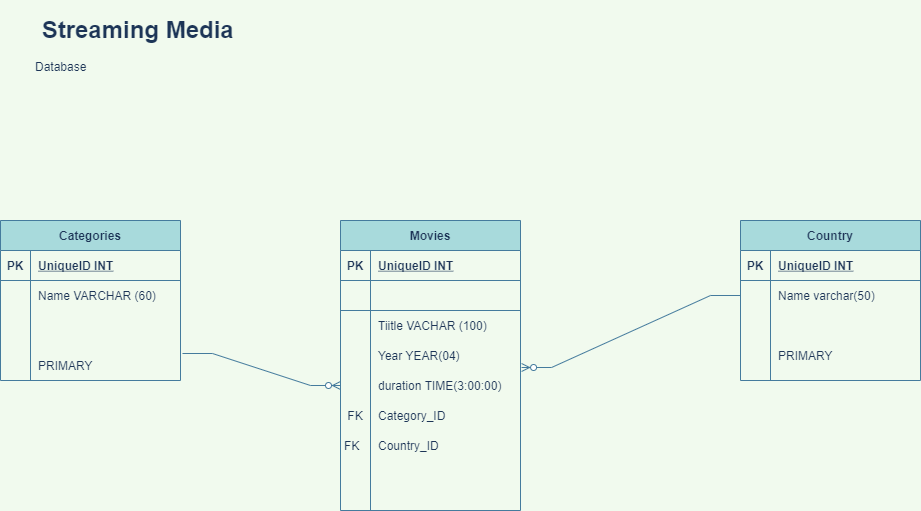
Before: Untitled Diagram.drawio (1).png, a diagram exported from draw.io (jonasnapoles/javaFinalProject). Source tidied: cells renumbered, new cells last; positions are measured from the earlier drawing's top-left corner, leaving out a move shared by most shapes. Source of this version:
```xml
<mxGraphModel background="#F1FAEE">
  <root>
    <mxCell id="0" />
    <mxCell id="1" parent="0" />
    <mxCell id="2" value="Categories" style="shape=table;startSize=30;rowLines=0;fontStyle=1;align=center;fillColor=#A8DADC;strokeColor=#457B9D;fontColor=#1D3557;" parent="1" vertex="1">
      <mxGeometry y="210" width="180" height="160" as="geometry" />
    </mxCell>
    <mxCell id="3" style="shape=partialRectangle;fillColor=none;top=0;left=0;bottom=1;right=0;strokeColor=#457B9D;fontColor=#1D3557;" parent="2" vertex="1">
      <mxGeometry y="30" width="180" height="30" as="geometry" />
    </mxCell>
    <mxCell id="4" value="PK" style="shape=partialRectangle;fillColor=none;top=0;left=0;bottom=0;right=0;fontStyle=1;overflow=hidden;strokeColor=#457B9D;fontColor=#1D3557;" parent="3" vertex="1">
      <mxGeometry width="30" height="30" as="geometry" />
    </mxCell>
    <mxCell id="5" value="UniqueID INT" style="shape=partialRectangle;fillColor=none;top=0;left=0;bottom=0;right=0;align=left;spacingLeft=6;fontStyle=5;overflow=hidden;strokeColor=#457B9D;fontColor=#1D3557;" parent="3" vertex="1">
      <mxGeometry x="30" width="150" height="30" as="geometry" />
    </mxCell>
    <mxCell id="6" style="shape=partialRectangle;fillColor=none;top=0;left=0;bottom=0;right=0;strokeColor=#457B9D;fontColor=#1D3557;" parent="2" vertex="1">
      <mxGeometry y="60" width="180" height="30" as="geometry" />
    </mxCell>
    <mxCell id="7" style="shape=partialRectangle;fillColor=none;top=0;left=0;bottom=0;right=0;overflow=hidden;strokeColor=#457B9D;fontColor=#1D3557;" parent="6" vertex="1">
      <mxGeometry width="30" height="30" as="geometry" />
    </mxCell>
    <mxCell id="8" value="Name VARCHAR (60)" style="shape=partialRectangle;fillColor=none;top=0;left=0;bottom=0;right=0;align=left;spacingLeft=6;overflow=hidden;strokeColor=#457B9D;fontColor=#1D3557;" parent="6" vertex="1">
      <mxGeometry x="30" width="150" height="30" as="geometry" />
    </mxCell>
    <mxCell id="9" style="shape=partialRectangle;fillColor=none;top=0;left=0;bottom=0;right=0;strokeColor=#457B9D;fontColor=#1D3557;" parent="2" vertex="1">
      <mxGeometry y="90" width="180" height="30" as="geometry" />
    </mxCell>
    <mxCell id="10" style="shape=partialRectangle;fillColor=none;top=0;left=0;bottom=0;right=0;overflow=hidden;strokeColor=#457B9D;fontColor=#1D3557;" parent="9" vertex="1">
      <mxGeometry width="30" height="30" as="geometry" />
    </mxCell>
    <mxCell id="11" style="shape=partialRectangle;fillColor=none;top=0;left=0;bottom=0;right=0;align=left;spacingLeft=6;overflow=hidden;strokeColor=#457B9D;fontColor=#1D3557;" parent="9" vertex="1">
      <mxGeometry x="30" width="150" height="30" as="geometry" />
    </mxCell>
    <mxCell id="12" style="shape=partialRectangle;fillColor=none;top=0;left=0;bottom=0;right=0;strokeColor=#457B9D;fontColor=#1D3557;" parent="2" vertex="1">
      <mxGeometry y="120" width="180" height="20" as="geometry" />
    </mxCell>
    <mxCell id="13" style="shape=partialRectangle;fillColor=none;top=0;left=0;bottom=0;right=0;overflow=hidden;strokeColor=#457B9D;fontColor=#1D3557;" parent="12" vertex="1">
      <mxGeometry width="30" height="20" as="geometry" />
    </mxCell>
    <mxCell id="14" style="shape=partialRectangle;fillColor=none;top=0;left=0;bottom=0;right=0;align=left;spacingLeft=6;overflow=hidden;strokeColor=#457B9D;fontColor=#1D3557;" parent="12" vertex="1">
      <mxGeometry x="30" width="150" height="20" as="geometry" />
    </mxCell>
    <mxCell id="15" value="Movies" style="shape=table;startSize=30;rowLines=0;fontStyle=1;align=center;shadow=0;fillColor=#A8DADC;strokeColor=#457B9D;fontColor=#1D3557;" parent="1" vertex="1">
      <mxGeometry x="340" y="210" width="180" height="290" as="geometry" />
    </mxCell>
    <mxCell id="16" style="shape=partialRectangle;fillColor=none;top=0;left=0;bottom=1;right=0;strokeColor=#457B9D;fontColor=#1D3557;" parent="15" vertex="1">
      <mxGeometry y="30" width="180" height="30" as="geometry" />
    </mxCell>
    <mxCell id="17" value="PK" style="shape=partialRectangle;fillColor=none;top=0;left=0;bottom=0;right=0;fontStyle=1;overflow=hidden;strokeColor=#457B9D;fontColor=#1D3557;" parent="16" vertex="1">
      <mxGeometry width="30" height="30" as="geometry" />
    </mxCell>
    <mxCell id="18" value="UniqueID INT" style="shape=partialRectangle;fillColor=none;top=0;left=0;bottom=0;right=0;align=left;spacingLeft=6;fontStyle=5;overflow=hidden;strokeColor=#457B9D;fontColor=#1D3557;" parent="16" vertex="1">
      <mxGeometry x="30" width="150" height="30" as="geometry" />
    </mxCell>
    <mxCell id="19" style="shape=partialRectangle;fillColor=none;top=0;left=0;bottom=1;right=0;strokeColor=#457B9D;fontColor=#1D3557;" parent="15" vertex="1">
      <mxGeometry y="60" width="180" height="30" as="geometry" />
    </mxCell>
    <mxCell id="20" style="shape=partialRectangle;fillColor=none;top=0;left=0;bottom=0;right=0;fontStyle=1;overflow=hidden;strokeColor=#457B9D;fontColor=#1D3557;" parent="19" vertex="1">
      <mxGeometry width="30" height="30" as="geometry" />
    </mxCell>
    <mxCell id="21" style="shape=partialRectangle;fillColor=none;top=0;left=0;bottom=0;right=0;align=left;spacingLeft=6;fontStyle=5;overflow=hidden;strokeColor=#457B9D;fontColor=#1D3557;" parent="19" vertex="1">
      <mxGeometry x="30" width="150" height="30" as="geometry" />
    </mxCell>
    <mxCell id="22" style="shape=partialRectangle;fillColor=none;top=0;left=0;bottom=0;right=0;strokeColor=#457B9D;fontColor=#1D3557;" parent="15" vertex="1">
      <mxGeometry y="90" width="180" height="30" as="geometry" />
    </mxCell>
    <mxCell id="23" style="shape=partialRectangle;fillColor=none;top=0;left=0;bottom=0;right=0;overflow=hidden;strokeColor=#457B9D;fontColor=#1D3557;" parent="22" vertex="1">
      <mxGeometry width="30" height="30" as="geometry" />
    </mxCell>
    <mxCell id="24" value="Tiitle VACHAR (100)" style="shape=partialRectangle;fillColor=none;top=0;left=0;bottom=0;right=0;align=left;spacingLeft=6;overflow=hidden;strokeColor=#457B9D;fontColor=#1D3557;" parent="22" vertex="1">
      <mxGeometry x="30" width="150" height="30" as="geometry" />
    </mxCell>
    <mxCell id="25" style="shape=partialRectangle;fillColor=none;top=0;left=0;bottom=0;right=0;points=[[0,0.5],[1,0.5]];portConstraint=eastwest;strokeColor=#457B9D;fontColor=#1D3557;" parent="15" vertex="1">
      <mxGeometry y="120" width="180" height="30" as="geometry" />
    </mxCell>
    <mxCell id="26" style="shape=partialRectangle;fillColor=none;top=0;left=0;bottom=0;right=0;overflow=hidden;strokeColor=#457B9D;fontColor=#1D3557;" parent="25" vertex="1">
      <mxGeometry width="30" height="30" as="geometry" />
    </mxCell>
    <mxCell id="27" value="Year YEAR(04)" style="shape=partialRectangle;fillColor=none;top=0;left=0;bottom=0;right=0;align=left;spacingLeft=6;overflow=hidden;strokeColor=#457B9D;fontColor=#1D3557;" parent="25" vertex="1">
      <mxGeometry x="30" width="150" height="30" as="geometry" />
    </mxCell>
    <mxCell id="28" style="shape=partialRectangle;fillColor=none;top=0;left=0;bottom=0;right=0;points=[[0,0.5],[1,0.5]];portConstraint=eastwest;strokeColor=#457B9D;fontColor=#1D3557;" parent="15" vertex="1">
      <mxGeometry y="150" width="180" height="30" as="geometry" />
    </mxCell>
    <mxCell id="29" style="shape=partialRectangle;fillColor=none;top=0;left=0;bottom=0;right=0;overflow=hidden;strokeColor=#457B9D;fontColor=#1D3557;" parent="28" vertex="1">
      <mxGeometry width="30" height="30" as="geometry" />
    </mxCell>
    <mxCell id="30" value="duration TIME(3:00:00)" style="shape=partialRectangle;fillColor=none;top=0;left=0;bottom=0;right=0;align=left;spacingLeft=6;overflow=hidden;strokeColor=#457B9D;fontColor=#1D3557;" parent="28" vertex="1">
      <mxGeometry x="30" width="150" height="30" as="geometry" />
    </mxCell>
    <mxCell id="31" style="shape=partialRectangle;fillColor=none;top=0;left=0;bottom=0;right=0;strokeColor=#457B9D;fontColor=#1D3557;" parent="15" vertex="1">
      <mxGeometry y="180" width="180" height="30" as="geometry" />
    </mxCell>
    <mxCell id="32" value="FK" style="shape=partialRectangle;fillColor=none;top=0;left=0;bottom=0;right=0;overflow=hidden;strokeColor=#457B9D;fontColor=#1D3557;" parent="31" vertex="1">
      <mxGeometry width="30" height="30" as="geometry" />
    </mxCell>
    <mxCell id="33" value="Category_ID" style="shape=partialRectangle;fillColor=none;top=0;left=0;bottom=0;right=0;align=left;spacingLeft=6;overflow=hidden;strokeColor=#457B9D;fontColor=#1D3557;" parent="31" vertex="1">
      <mxGeometry x="30" width="150" height="30" as="geometry" />
    </mxCell>
    <mxCell id="34" style="shape=partialRectangle;fillColor=none;top=0;left=0;bottom=0;right=0;strokeColor=#457B9D;fontColor=#1D3557;" parent="15" vertex="1">
      <mxGeometry y="210" width="180" height="30" as="geometry" />
    </mxCell>
    <mxCell id="35" value="FK  " style="shape=partialRectangle;fillColor=none;top=0;left=0;bottom=0;right=0;overflow=hidden;strokeColor=#457B9D;fontColor=#1D3557;" parent="34" vertex="1">
      <mxGeometry width="30" height="30" as="geometry" />
    </mxCell>
    <mxCell id="36" value="Country_ID" style="shape=partialRectangle;fillColor=none;top=0;left=0;bottom=0;right=0;align=left;spacingLeft=6;overflow=hidden;strokeColor=#457B9D;fontColor=#1D3557;" parent="34" vertex="1">
      <mxGeometry x="30" width="150" height="30" as="geometry" />
    </mxCell>
    <mxCell id="37" value="&lt;h1&gt;&lt;span style=&quot;white-space: pre&quot;&gt; &lt;/span&gt;Streaming Media&lt;br&gt;&lt;/h1&gt;&lt;p&gt;Database&lt;/p&gt;" style="text;html=1;strokeColor=none;fillColor=none;spacing=5;spacingTop=-20;whiteSpace=wrap;overflow=hidden;rounded=0;shadow=0;fontColor=#1D3557;" parent="1" vertex="1">
      <mxGeometry x="30" width="780" height="120" as="geometry" />
    </mxCell>
    <mxCell id="38" value="Country" style="shape=table;startSize=30;rowLines=0;fontStyle=1;align=center;shadow=0;fillColor=#A8DADC;strokeColor=#457B9D;fontColor=#1D3557;" parent="1" vertex="1">
      <mxGeometry x="740" y="210" width="180" height="160" as="geometry" />
    </mxCell>
    <mxCell id="39" style="shape=partialRectangle;fillColor=none;top=0;left=0;bottom=1;right=0;shadow=0;strokeColor=#457B9D;fontColor=#1D3557;" parent="38" vertex="1">
      <mxGeometry y="30" width="180" height="30" as="geometry" />
    </mxCell>
    <mxCell id="40" value="PK" style="shape=partialRectangle;fillColor=none;top=0;left=0;bottom=0;right=0;fontStyle=1;overflow=hidden;shadow=0;strokeColor=#457B9D;fontColor=#1D3557;" parent="39" vertex="1">
      <mxGeometry width="30" height="30" as="geometry" />
    </mxCell>
    <mxCell id="41" value="UniqueID INT" style="shape=partialRectangle;fillColor=none;top=0;left=0;bottom=0;right=0;align=left;spacingLeft=6;fontStyle=5;overflow=hidden;shadow=0;strokeColor=#457B9D;fontColor=#1D3557;" parent="39" vertex="1">
      <mxGeometry x="30" width="150" height="30" as="geometry" />
    </mxCell>
    <mxCell id="42" style="shape=partialRectangle;fillColor=none;top=0;left=0;bottom=0;right=0;points=[[0,0.5],[1,0.5]];portConstraint=eastwest;shadow=0;strokeColor=#457B9D;fontColor=#1D3557;" parent="38" vertex="1">
      <mxGeometry y="60" width="180" height="30" as="geometry" />
    </mxCell>
    <mxCell id="43" style="shape=partialRectangle;fillColor=none;top=0;left=0;bottom=0;right=0;overflow=hidden;shadow=0;strokeColor=#457B9D;fontColor=#1D3557;" parent="42" vertex="1">
      <mxGeometry width="30" height="30" as="geometry" />
    </mxCell>
    <mxCell id="44" value="Name varchar(50)" style="shape=partialRectangle;fillColor=none;top=0;left=0;bottom=0;right=0;align=left;spacingLeft=6;overflow=hidden;shadow=0;strokeColor=#457B9D;fontColor=#1D3557;" parent="42" vertex="1">
      <mxGeometry x="30" width="150" height="30" as="geometry" />
    </mxCell>
    <mxCell id="45" style="shape=partialRectangle;fillColor=none;top=0;left=0;bottom=0;right=0;shadow=0;strokeColor=#457B9D;fontColor=#1D3557;" parent="38" vertex="1">
      <mxGeometry y="90" width="180" height="30" as="geometry" />
    </mxCell>
    <mxCell id="46" style="shape=partialRectangle;fillColor=none;top=0;left=0;bottom=0;right=0;overflow=hidden;shadow=0;strokeColor=#457B9D;fontColor=#1D3557;" parent="45" vertex="1">
      <mxGeometry width="30" height="30" as="geometry" />
    </mxCell>
    <mxCell id="47" style="shape=partialRectangle;fillColor=none;top=0;left=0;bottom=0;right=0;align=left;spacingLeft=6;overflow=hidden;shadow=0;strokeColor=#457B9D;fontColor=#1D3557;" parent="45" vertex="1">
      <mxGeometry x="30" width="150" height="30" as="geometry" />
    </mxCell>
    <mxCell id="48" style="shape=partialRectangle;fillColor=none;top=0;left=0;bottom=0;right=0;shadow=0;strokeColor=#457B9D;fontColor=#1D3557;" parent="38" vertex="1">
      <mxGeometry y="120" width="180" height="30" as="geometry" />
    </mxCell>
    <mxCell id="49" style="shape=partialRectangle;fillColor=none;top=0;left=0;bottom=0;right=0;overflow=hidden;shadow=0;strokeColor=#457B9D;fontColor=#1D3557;" parent="48" vertex="1">
      <mxGeometry width="30" height="30" as="geometry" />
    </mxCell>
    <mxCell id="50" value="PRIMARY" style="shape=partialRectangle;fillColor=none;top=0;left=0;bottom=0;right=0;align=left;spacingLeft=6;overflow=hidden;shadow=0;strokeColor=#457B9D;fontColor=#1D3557;" parent="48" vertex="1">
      <mxGeometry x="30" width="150" height="30" as="geometry" />
    </mxCell>
    <mxCell id="51" style="edgeStyle=entityRelationEdgeStyle;fontSize=12;html=1;endArrow=ERzeroToMany;endFill=1;rounded=0;entryX=0;entryY=0.5;entryDx=0;entryDy=0;strokeColor=#457B9D;fontColor=#1D3557;labelBackgroundColor=#F1FAEE;exitX=1.011;exitY=0.1;exitDx=0;exitDy=0;exitPerimeter=0;" parent="1" edge="1" source="53" target="28">
      <mxGeometry relative="1" as="geometry" />
    </mxCell>
    <mxCell id="52" style="edgeStyle=entityRelationEdgeStyle;fontSize=12;html=1;endArrow=ERzeroToMany;endFill=1;rounded=0;entryX=1.006;entryY=0.9;entryDx=0;entryDy=0;entryPerimeter=0;exitX=0;exitY=0.5;exitDx=0;exitDy=0;strokeColor=#457B9D;fontColor=#1D3557;labelBackgroundColor=#F1FAEE;" parent="1" edge="1" source="42" target="25">
      <mxGeometry relative="1" as="geometry" />
    </mxCell>
    <mxCell id="53" style="shape=partialRectangle;fillColor=none;top=0;left=0;bottom=0;right=0;points=[[0,0.5],[1,0.5]];portConstraint=eastwest;strokeColor=#457B9D;fontColor=#1D3557;" parent="1" vertex="1">
      <mxGeometry y="340" width="180" height="30" as="geometry" />
    </mxCell>
    <mxCell id="54" style="shape=partialRectangle;fillColor=none;top=0;left=0;bottom=0;right=0;overflow=hidden;strokeColor=#457B9D;fontColor=#1D3557;" parent="53" vertex="1">
      <mxGeometry width="30" height="30" as="geometry" />
    </mxCell>
    <mxCell id="55" value="PRIMARY" style="shape=partialRectangle;fillColor=none;top=0;left=0;bottom=0;right=0;align=left;spacingLeft=6;overflow=hidden;strokeColor=#457B9D;fontColor=#1D3557;" parent="53" vertex="1">
      <mxGeometry x="30" width="150" height="30" as="geometry" />
    </mxCell>
  </root>
</mxGraphModel>
```
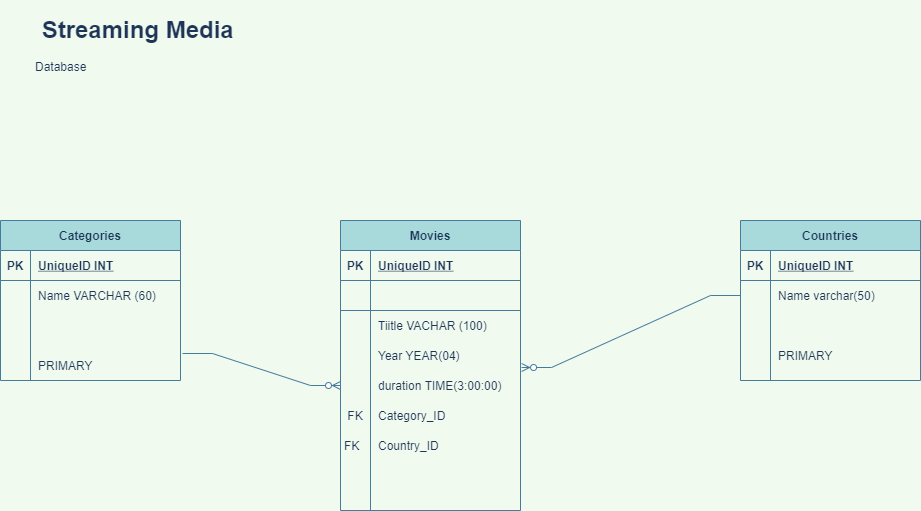
After the commit.

Change to the diagram source:
```diff
@@ -110,7 +110,7 @@
     <mxCell id="37" value="&lt;h1&gt;&lt;span style=&quot;white-space: pre&quot;&gt; &lt;/span&gt;Streaming Media&lt;br&gt;&lt;/h1&gt;&lt;p&gt;Database&lt;/p&gt;" style="text;html=1;strokeColor=none;fillColor=none;spacing=5;spacingTop=-20;whiteSpace=wrap;overflow=hidden;rounded=0;shadow=0;fontColor=#1D3557;" parent="1" vertex="1">
       <mxGeometry x="30" width="780" height="120" as="geometry" />
     </mxCell>
-    <mxCell id="38" value="Country" style="shape=table;startSize=30;rowLines=0;fontStyle=1;align=center;shadow=0;fillColor=#A8DADC;strokeColor=#457B9D;fontColor=#1D3557;" parent="1" vertex="1">
+    <mxCell id="38" value="Countries" style="shape=table;startSize=30;rowLines=0;fontStyle=1;align=center;shadow=0;fillColor=#A8DADC;strokeColor=#457B9D;fontColor=#1D3557;" parent="1" vertex="1">
       <mxGeometry x="740" y="210" width="180" height="160" as="geometry" />
     </mxCell>
     <mxCell id="39" style="shape=partialRectangle;fillColor=none;top=0;left=0;bottom=1;right=0;shadow=0;strokeColor=#457B9D;fontColor=#1D3557;" parent="38" vertex="1">
```
